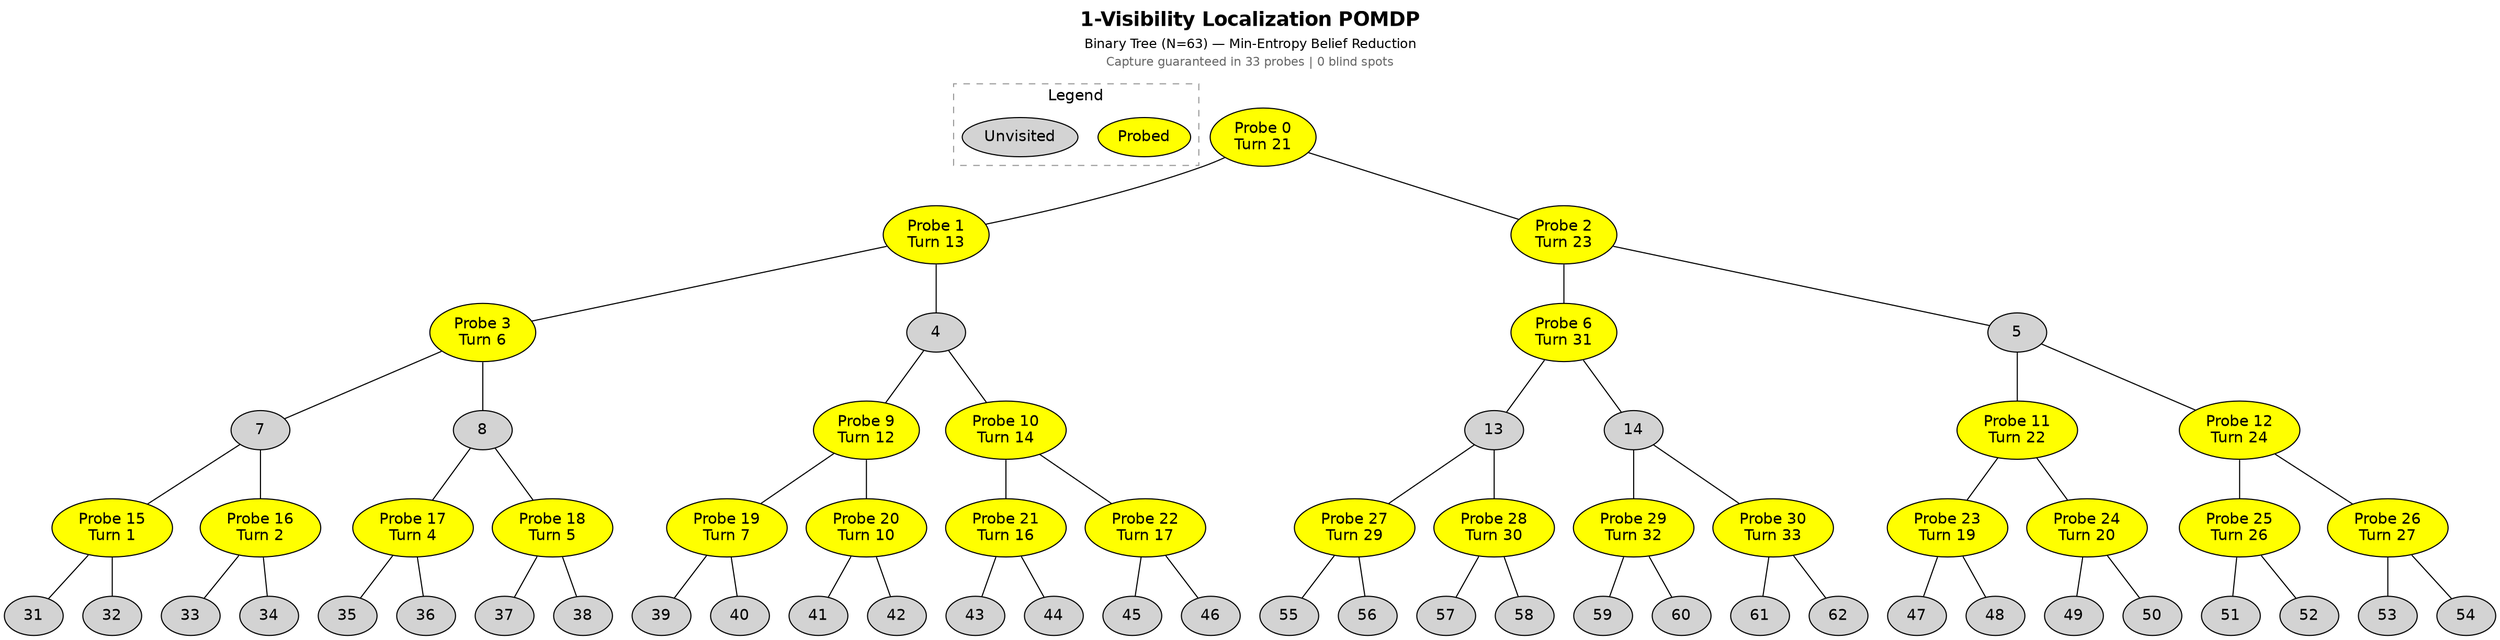
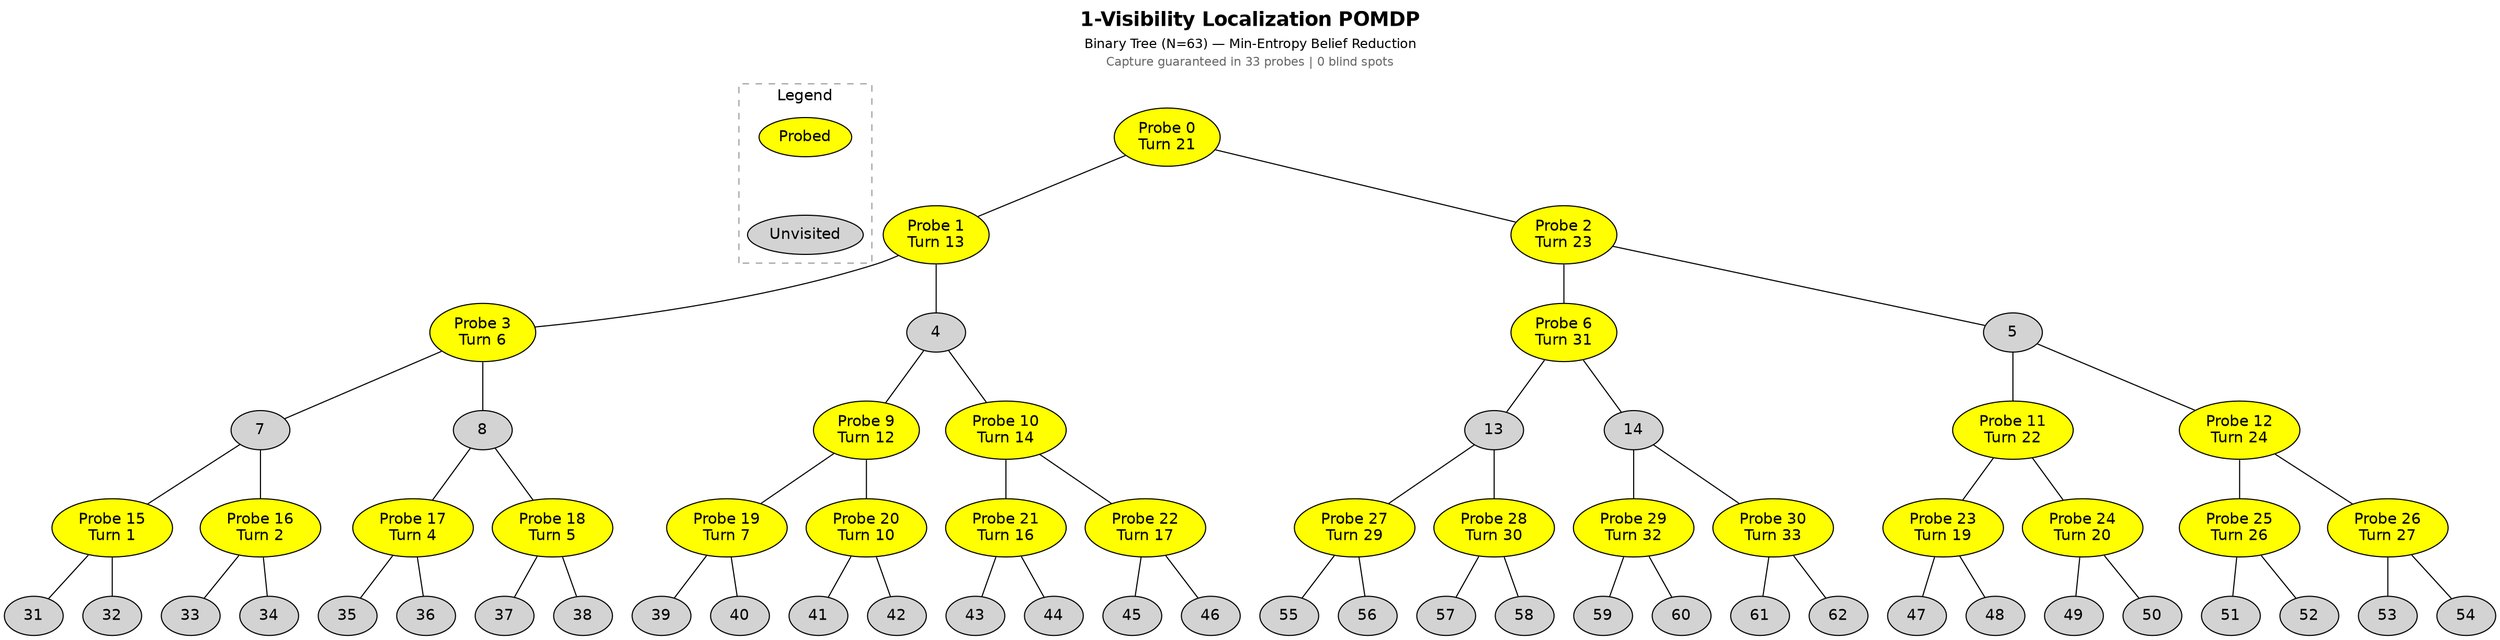
graph Surveillance {
  graph [
    label=<
      <TABLE BORDER="0" CELLSPACING="0">
        <TR><TD><B><FONT POINT-SIZE="18">1-Visibility Localization POMDP</FONT></B></TD></TR>
        <TR><TD><FONT POINT-SIZE="12">Binary Tree (N=63) — Min-Entropy Belief Reduction</FONT></TD></TR>
        <TR><TD><FONT POINT-SIZE="11" COLOR="gray40">Capture guaranteed in 33 probes | 0 blind spots</FONT></TD></TR>
      </TABLE>
    >
    labelloc=t
    fontname="Helvetica"
  ];
  node [fontname="Helvetica", style=filled, fillcolor=lightgrey];

  subgraph cluster_legend {
    label="Legend";
    fontname="Helvetica";
    style=dashed; color=gray60;
+     rank=source;
    leg_probe [fillcolor=yellow, label="Probed"];
    leg_unvis [fillcolor=lightgrey, label="Unvisited"];
+     leg_probe -- leg_unvis [style=invis];
  }

  15 [fillcolor=yellow, label="Probe 15\nTurn 1"];
  16 [fillcolor=yellow, label="Probe 16\nTurn 2"];
  3 [fillcolor=yellow, label="Probe 3\nTurn 3"];
  17 [fillcolor=yellow, label="Probe 17\nTurn 4"];
  18 [fillcolor=yellow, label="Probe 18\nTurn 5"];
  3 [fillcolor=yellow, label="Probe 3\nTurn 6"];
  19 [fillcolor=yellow, label="Probe 19\nTurn 7"];
  1 [fillcolor=yellow, label="Probe 1\nTurn 8"];
  9 [fillcolor=yellow, label="Probe 9\nTurn 9"];
  20 [fillcolor=yellow, label="Probe 20\nTurn 10"];
  1 [fillcolor=yellow, label="Probe 1\nTurn 11"];
  9 [fillcolor=yellow, label="Probe 9\nTurn 12"];
  1 [fillcolor=yellow, label="Probe 1\nTurn 13"];
  10 [fillcolor=yellow, label="Probe 10\nTurn 14"];
  0 [fillcolor=yellow, label="Probe 0\nTurn 15"];
  21 [fillcolor=yellow, label="Probe 21\nTurn 16"];
  22 [fillcolor=yellow, label="Probe 22\nTurn 17"];
  0 [fillcolor=yellow, label="Probe 0\nTurn 18"];
  23 [fillcolor=yellow, label="Probe 23\nTurn 19"];
  24 [fillcolor=yellow, label="Probe 24\nTurn 20"];
  0 [fillcolor=yellow, label="Probe 0\nTurn 21"];
  11 [fillcolor=yellow, label="Probe 11\nTurn 22"];
  2 [fillcolor=yellow, label="Probe 2\nTurn 23"];
  12 [fillcolor=yellow, label="Probe 12\nTurn 24"];
  6 [fillcolor=yellow, label="Probe 6\nTurn 25"];
  25 [fillcolor=yellow, label="Probe 25\nTurn 26"];
  26 [fillcolor=yellow, label="Probe 26\nTurn 27"];
  6 [fillcolor=yellow, label="Probe 6\nTurn 28"];
  27 [fillcolor=yellow, label="Probe 27\nTurn 29"];
  28 [fillcolor=yellow, label="Probe 28\nTurn 30"];
  6 [fillcolor=yellow, label="Probe 6\nTurn 31"];
  29 [fillcolor=yellow, label="Probe 29\nTurn 32"];
  30 [fillcolor=yellow, label="Probe 30\nTurn 33"];
  0 -- 1;
  0 -- 2;
  1 -- 3;
  1 -- 4;
  2 -- 5;
  2 -- 6;
  3 -- 7;
  3 -- 8;
  4 -- 9;
  4 -- 10;
  5 -- 11;
  5 -- 12;
  6 -- 13;
  6 -- 14;
  7 -- 15;
  7 -- 16;
  8 -- 17;
  8 -- 18;
  9 -- 19;
  9 -- 20;
  10 -- 21;
  10 -- 22;
  11 -- 23;
  11 -- 24;
  12 -- 25;
  12 -- 26;
  13 -- 27;
  13 -- 28;
  14 -- 29;
  14 -- 30;
  15 -- 31;
  15 -- 32;
  16 -- 33;
  16 -- 34;
  17 -- 35;
  17 -- 36;
  18 -- 37;
  18 -- 38;
  19 -- 39;
  19 -- 40;
  20 -- 41;
  20 -- 42;
  21 -- 43;
  21 -- 44;
  22 -- 45;
  22 -- 46;
  23 -- 47;
  23 -- 48;
  24 -- 49;
  24 -- 50;
  25 -- 51;
  25 -- 52;
  26 -- 53;
  26 -- 54;
  27 -- 55;
  27 -- 56;
  28 -- 57;
  28 -- 58;
  29 -- 59;
  29 -- 60;
  30 -- 61;
  30 -- 62;
}
